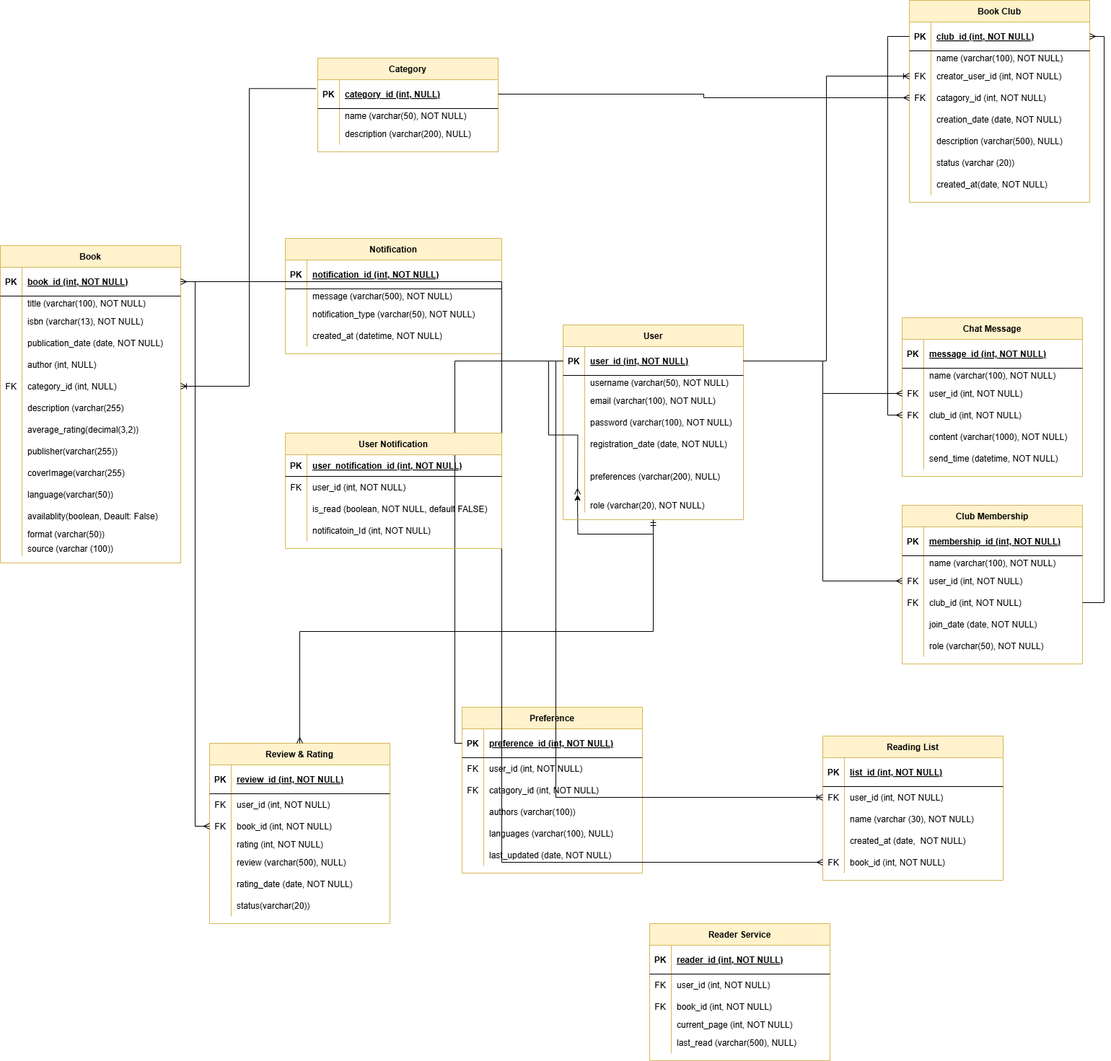
This is New folder/Untitled Diagram.drawio.png from Kkgenkai/Draw.io, a draw.io export, as it was before one commit. Source tidied: cells renumbered, new cells last; positions are measured from the earlier drawing's top-left corner, leaving out a move shared by most shapes.
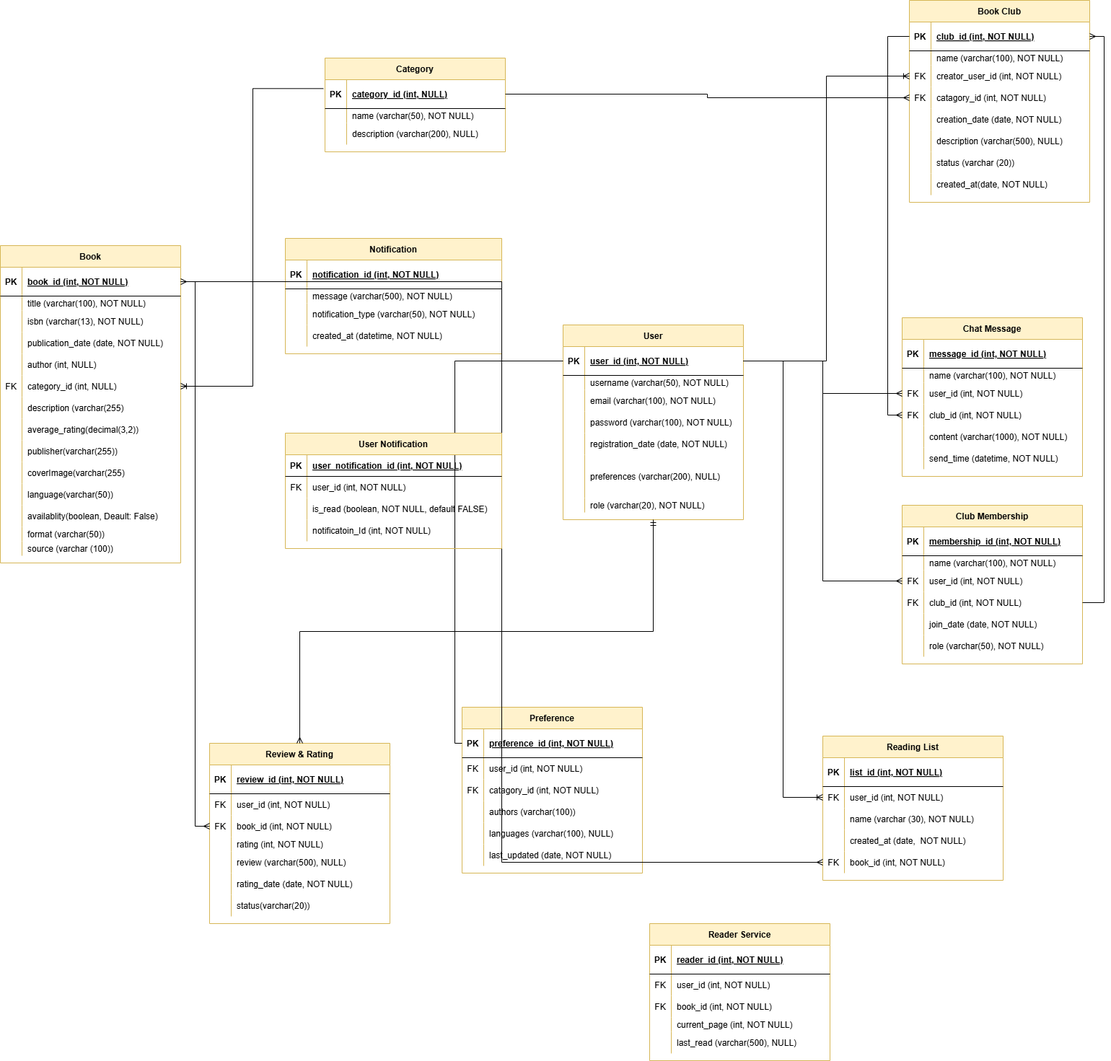
After the change.

Diff of the diagram source:
```diff
@@ -2,11 +2,6 @@
   <root>
     <mxCell id="0" />
     <mxCell id="1" parent="0" />
-    <mxCell id="2" style="edgeStyle=orthogonalEdgeStyle;rounded=0;jettySize=auto;html=1;" parent="1" edge="1" source="3">
-      <mxGeometry relative="1" as="geometry">
-        <mxPoint x="800" y="685" as="targetPoint" />
-      </mxGeometry>
-    </mxCell>
     <mxCell id="3" value="User" style="shape=table;startSize=30;rowLines=0;fontStyle=1;align=center;fillColor=#fff2cc;strokeColor=#d6b656;" parent="1" vertex="1">
       <mxGeometry x="780" y="450" width="250" height="270" as="geometry" />
     </mxCell>
@@ -203,7 +198,7 @@
       <mxGeometry x="30" width="220" height="20" as="geometry" />
     </mxCell>
     <mxCell id="68" value="Category" style="shape=table;startSize=30;rowLines=0;fontStyle=1;align=center;fillColor=#fff2cc;strokeColor=#d6b656;" parent="1" vertex="1">
-      <mxGeometry x="440" y="80" width="250" height="130" as="geometry" />
+      <mxGeometry x="450" y="80" width="250" height="130" as="geometry" />
     </mxCell>
     <mxCell id="69" style="shape=partialRectangle;fillColor=none;points=[[0,0.5],[1,0.5]];portConstraint=eastwest;top=0;left=0;right=0;bottom=1;" parent="68" vertex="1">
       <mxGeometry y="30" width="250" height="40" as="geometry" />
@@ -553,11 +548,6 @@
     <mxCell id="184" style="edgeStyle=orthogonalEdgeStyle;rounded=0;jettySize=auto;html=1;exitX=0;exitY=0.5;exitDx=0;exitDy=0;entryX=1;entryY=0.5;entryDx=0;entryDy=0;endArrow=none;endFill=0;startFill=0;startArrow=ERmany;" parent="1" edge="1" source="154" target="4">
       <mxGeometry relative="1" as="geometry" />
     </mxCell>
-    <mxCell id="185" style="edgeStyle=orthogonalEdgeStyle;rounded=0;jettySize=auto;html=1;exitX=1;exitY=0.5;exitDx=0;exitDy=0;entryX=0;entryY=0.5;entryDx=0;entryDy=0;startArrow=ERmany;startFill=0;endArrow=none;" parent="1" edge="1" target="4">
-      <mxGeometry relative="1" as="geometry">
-        <mxPoint x="800" y="685" as="sourcePoint" />
-      </mxGeometry>
-    </mxCell>
     <mxCell id="186" value="Reading List" style="shape=table;startSize=30;rowLines=0;fontStyle=1;align=center;fillColor=#fff2cc;strokeColor=#d6b656;" parent="1" vertex="1">
       <mxGeometry x="1140" y="1020" width="250" height="200" as="geometry" />
     </mxCell>
@@ -663,7 +653,7 @@
     <mxCell id="220" value="last_updated (date, NOT NULL)" style="shape=partialRectangle;overflow=hidden;fillColor=none;top=0;left=0;bottom=0;right=0;align=left;spacingLeft=6;" parent="218" vertex="1">
       <mxGeometry x="30" width="220" height="30" as="geometry" />
     </mxCell>
-    <mxCell id="221" style="edgeStyle=orthogonalEdgeStyle;fontSize=12;html=1;endArrow=ERoneToMany;rounded=0;exitX=0;exitY=0.5;exitDx=0;exitDy=0;entryX=0;entryY=0.5;entryDx=0;entryDy=0;" parent="1" edge="1" source="4" target="190">
+    <mxCell id="221" style="edgeStyle=orthogonalEdgeStyle;fontSize=12;html=1;endArrow=ERoneToMany;rounded=0;exitX=1;exitY=0.5;exitDx=0;exitDy=0;entryX=0;entryY=0.5;entryDx=0;entryDy=0;" parent="1" edge="1" source="4" target="190">
       <mxGeometry relative="1" as="geometry" />
     </mxCell>
     <mxCell id="222" style="edgeStyle=orthogonalEdgeStyle;fontSize=12;html=1;endArrow=none;rounded=0;exitX=0;exitY=0.5;exitDx=0;exitDy=0;entryX=0;entryY=0.5;entryDx=0;entryDy=0;startFill=0;" parent="1" edge="1" source="4" target="203">
```
